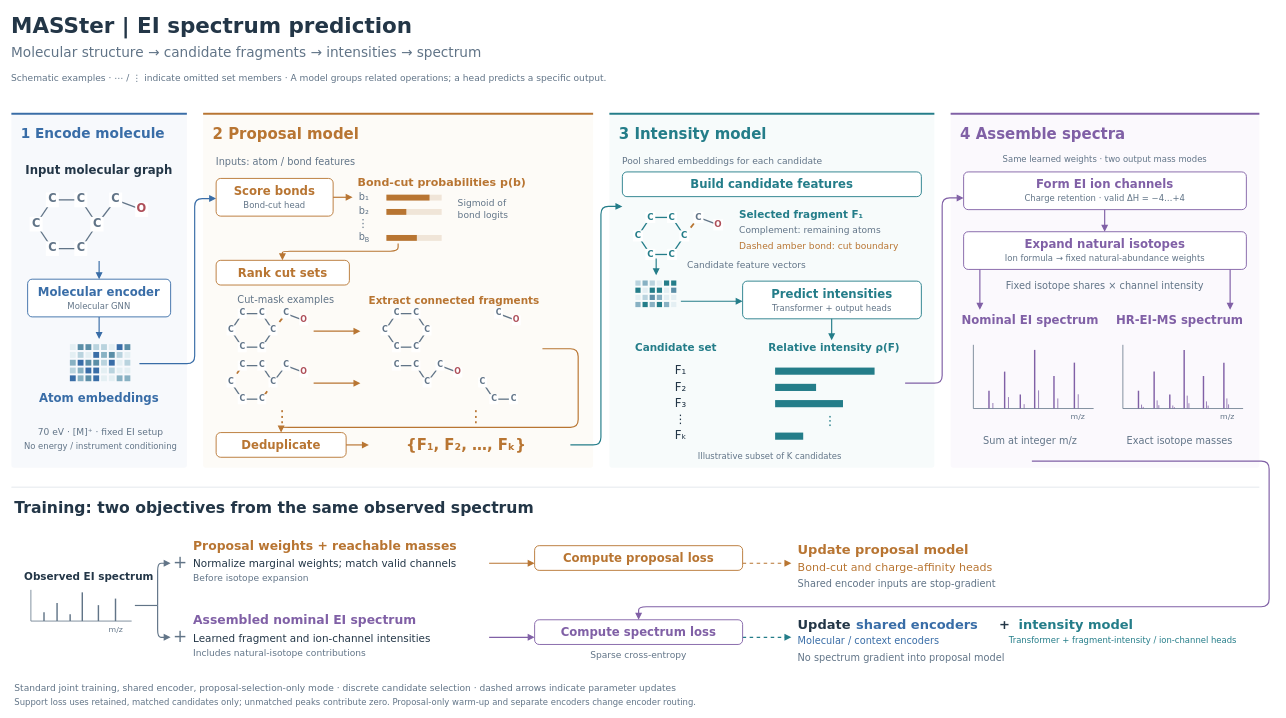
This is page "EI-MASSter architecture" (3 of 6) of docs/figures/masster_figures.drawio from LZhang98/fragnnet, a draw.io file, before an edit. Source tidied: cells renumbered, new cells numbered last; positions are measured from the earlier drawing's top-left corner, leaving out a move shared by most shapes. Both pictures are drawn from the tidied source at 65%, with x=0, y=0 at pixel (11, 11).
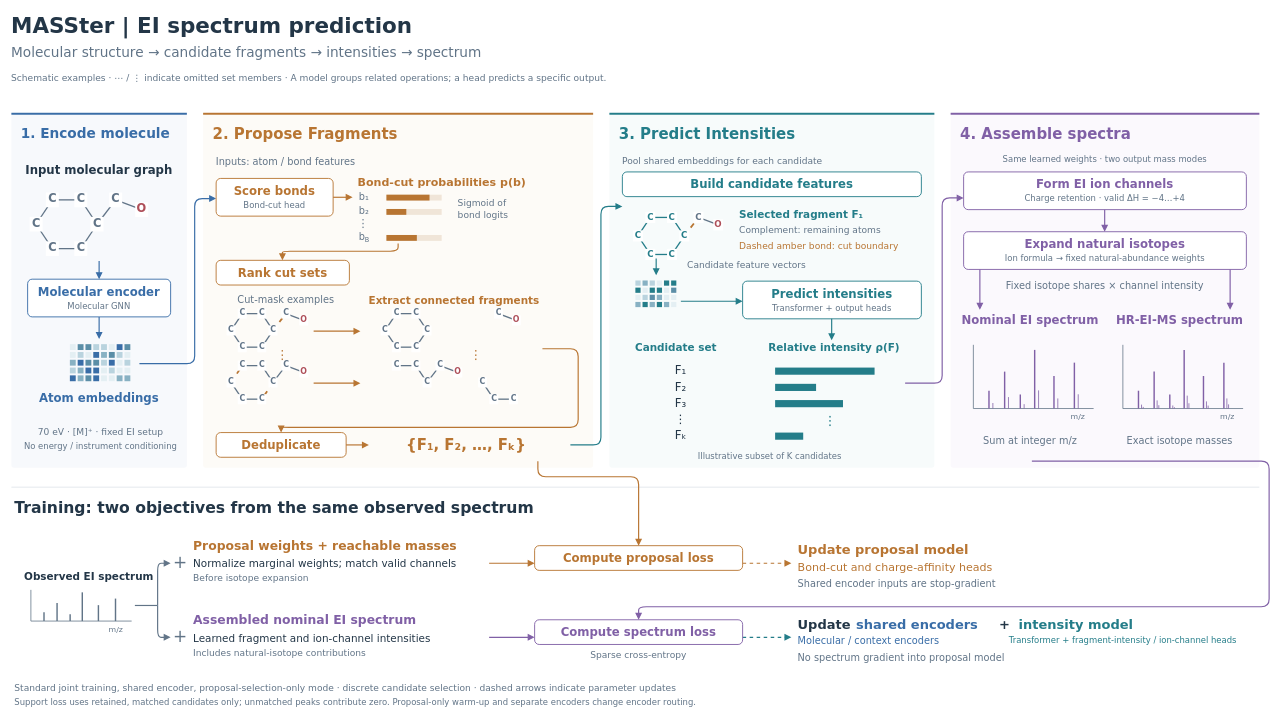
The same page after the edit.

The edit, as a diff of the source:
```diff
@@
-    <mxCell id="7" value="1   Encode molecule" style="text;html=0;whiteSpace=wrap;fillColor=none;strokeColor=none;fontFamily=DejaVu Sans;fontSize=21;fontColor=#396DA7;fontStyle=1;align=left;verticalAlign=middle;spacing=0;" parent="1" vertex="1">
+    <mxCell id="7" value="1. Encode molecule" style="text;html=0;whiteSpace=wrap;fillColor=none;strokeColor=none;fontFamily=DejaVu Sans;fontSize=21;fontColor=#396DA7;fontStyle=1;align=left;verticalAlign=middle;spacing=0;" parent="1" vertex="1">
       <mxGeometry x="15" y="175" width="240" height="26.2" as="geometry" />
     </mxCell>
@@
-    <mxCell id="10" value="2   Proposal model" style="text;html=0;whiteSpace=wrap;fillColor=none;strokeColor=none;fontFamily=DejaVu Sans;fontSize=23;fontColor=#B87532;fontStyle=1;align=left;verticalAlign=middle;spacing=0;" parent="1" vertex="1">
+    <mxCell id="10" value="2. Propose Fragments" style="text;html=0;whiteSpace=wrap;fillColor=none;strokeColor=none;fontFamily=DejaVu Sans;fontSize=23;fontColor=#B87532;fontStyle=1;align=left;verticalAlign=middle;spacing=0;" parent="1" vertex="1">
       <mxGeometry x="310" y="175" width="570" height="28.8" as="geometry" />
     </mxCell>
@@
-    <mxCell id="13" value="3   Intensity model" style="text;html=0;whiteSpace=wrap;fillColor=none;strokeColor=none;fontFamily=DejaVu Sans;fontSize=23;fontColor=#247D89;fontStyle=1;align=left;verticalAlign=middle;spacing=0;" parent="1" vertex="1">
+    <mxCell id="13" value="3. Predict Intensities" style="text;html=0;whiteSpace=wrap;fillColor=none;strokeColor=none;fontFamily=DejaVu Sans;fontSize=23;fontColor=#247D89;fontStyle=1;align=left;verticalAlign=middle;spacing=0;" parent="1" vertex="1">
       <mxGeometry x="935" y="175" width="470" height="28.8" as="geometry" />
     </mxCell>
@@
-    <mxCell id="16" value="4   Assemble spectra" style="text;html=0;whiteSpace=wrap;fillColor=none;strokeColor=none;fontFamily=DejaVu Sans;fontSize=23;fontColor=#8060A6;fontStyle=1;align=left;verticalAlign=middle;spacing=0;" parent="1" vertex="1">
+    <mxCell id="16" value="4. Assemble spectra" style="text;html=0;whiteSpace=wrap;fillColor=none;strokeColor=none;fontFamily=DejaVu Sans;fontSize=23;fontColor=#8060A6;fontStyle=1;align=left;verticalAlign=middle;spacing=0;" parent="1" vertex="1">
       <mxGeometry x="1460" y="175" width="445" height="28.8" as="geometry" />
     </mxCell>
@@
-    <mxCell id="164" value="⋮" style="text;html=0;whiteSpace=wrap;fillColor=none;strokeColor=none;fontFamily=DejaVu Sans;fontSize=25;fontColor=#B87532;fontStyle=0;align=center;verticalAlign=middle;spacing=0;" parent="1" vertex="1">
-      <mxGeometry x="367" y="607" width="100" height="31.2" as="geometry" />
+    <mxCell id="164" value="⋮" style="text;html=0;whiteSpace=wrap;fillColor=none;strokeColor=none;fontFamily=DejaVu Sans;fontSize=19;fontColor=#B87532;fontStyle=0;align=center;verticalAlign=middle;spacing=0;" parent="1" vertex="1">
+      <mxGeometry x="367" y="517" width="100" height="23.8" as="geometry" />
     </mxCell>
@@
-    <mxCell id="211" value="⋮" style="text;html=0;whiteSpace=wrap;fillColor=none;strokeColor=none;fontFamily=DejaVu Sans;fontSize=25;fontColor=#B87532;fontStyle=0;align=center;verticalAlign=middle;spacing=0;" parent="1" vertex="1">
-      <mxGeometry x="635" y="607" width="160" height="31.2" as="geometry" />
+    <mxCell id="211" value="⋮" style="text;html=0;whiteSpace=wrap;fillColor=none;strokeColor=none;fontFamily=DejaVu Sans;fontSize=19;fontColor=#B87532;fontStyle=0;align=center;verticalAlign=middle;spacing=0;" parent="1" vertex="1">
+      <mxGeometry x="635" y="517" width="160" height="23.8" as="geometry" />
     </mxCell>
@@
-    <mxCell id="385" style="edgeStyle=none;rounded=1;arcSize=24;html=0;strokeColor=#8060A6;strokeWidth=1.8;endArrow=block;endFill=1;endSize=6;dashed=0;" parent="1" edge="1">
+    <mxCell id="385" style="edgeStyle=none;rounded=1;arcSize=24;html=0;strokeColor=#B87532;strokeWidth=1.8;endArrow=block;endFill=1;endSize=6;dashed=0;" parent="1" edge="1">
       <mxGeometry relative="1" as="geometry">
-        <mxPoint x="1570" y="692" as="sourcePoint" />
-        <mxPoint x="965" y="936" as="targetPoint" />
+        <mxPoint x="810" y="692" as="sourcePoint" />
+        <mxPoint x="965" y="822" as="targetPoint" />
         <Array as="points">
-          <mxPoint x="1935" y="692" />
-          <mxPoint x="1935" y="916" />
-          <mxPoint x="965" y="916" />
+          <mxPoint x="810" y="716" />
+          <mxPoint x="965" y="716" />
         </Array>
       </mxGeometry>
     </mxCell>
+    <mxCell id="386" style="edgeStyle=none;rounded=1;arcSize=24;html=0;strokeColor=#8060A6;strokeWidth=1.8;endArrow=block;endFill=1;endSize=6;dashed=0;" parent="1" edge="1">
+      <mxGeometry relative="1" as="geometry">
+        <mxPoint x="1570" y="692" as="sourcePoint" />
+        <mxPoint x="965" y="936" as="targetPoint" />
+        <Array as="points">
+          <mxPoint x="1935" y="692" />
+          <mxPoint x="1935" y="916" />
+          <mxPoint x="965" y="916" />
+        </Array>
+      </mxGeometry>
+    </mxCell>
```
